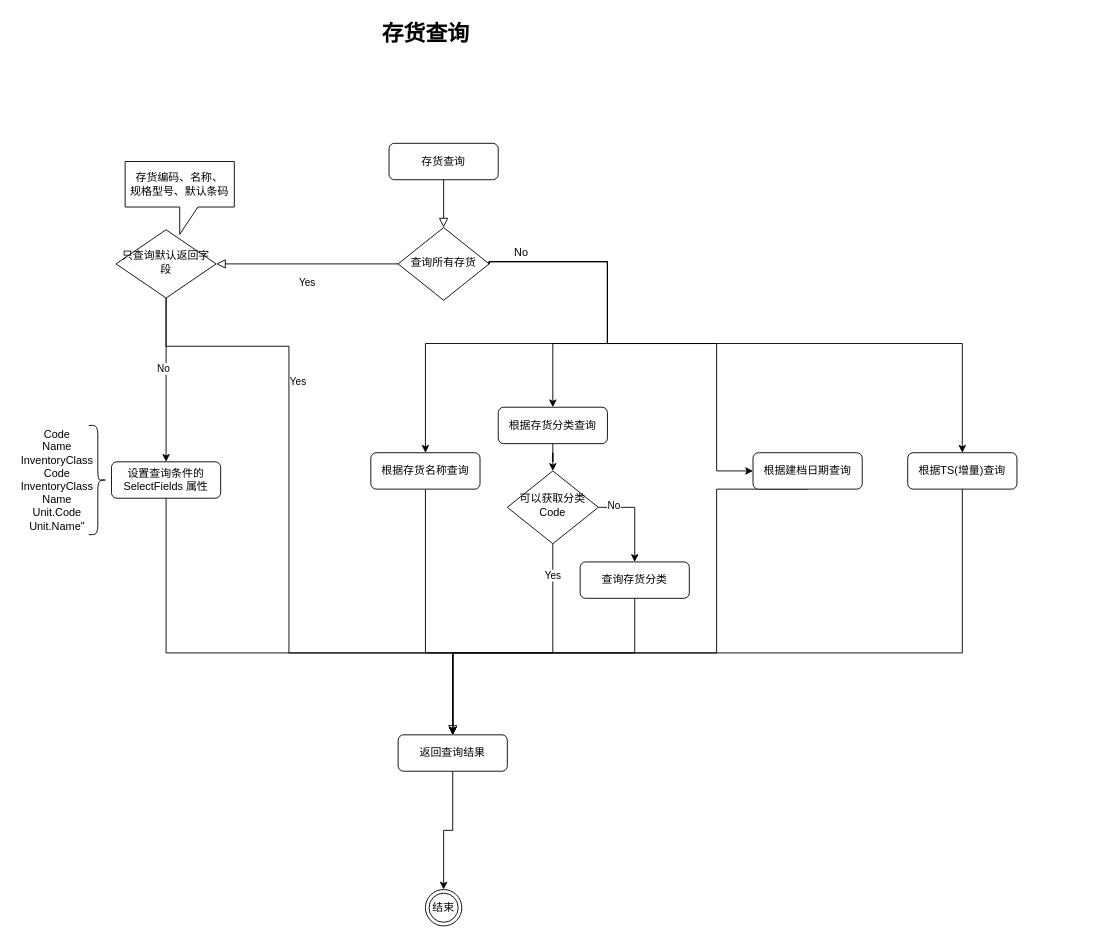
This is Untitled Diagram.drawio from liuoomei/doc, a draw.io file, before an edit. Source tidied: cells renumbered, new cells numbered last; positions are measured from the earlier drawing's top-left corner, leaving out a move shared by most shapes. Both pictures are drawn from the tidied source at 91%, with x=0, y=0 at pixel (15, 15).
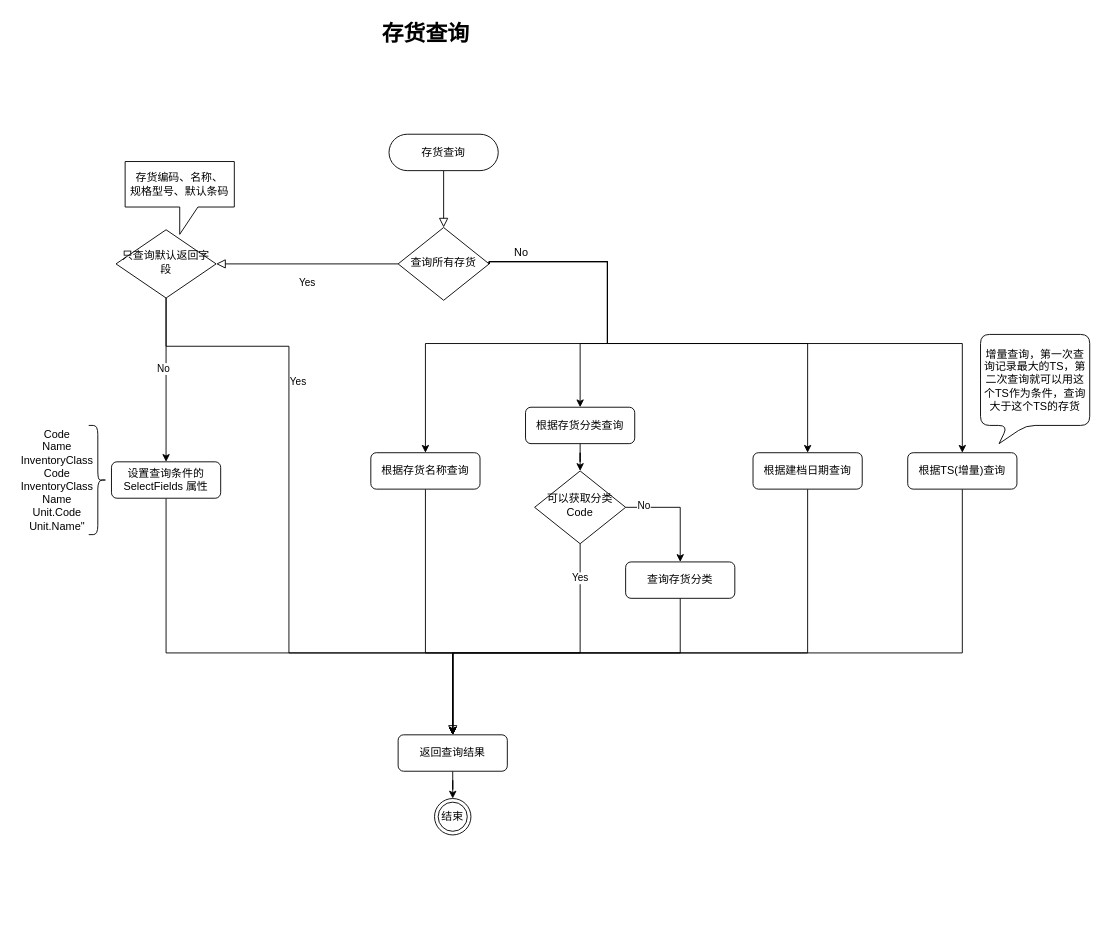
Above is the later version.

Commit message:
存货信息查询流程图.drawio

Unchanged cells that the change refers to:
```xml
<mxCell id="10" value="查询所有存货" style="rhombus;whiteSpace=wrap;html=1;shadow=0;fontFamily=Helvetica;fontSize=12;align=center;strokeWidth=1;spacing=6;spacingTop=-4;" parent="1" vertex="1">
  <mxGeometry x="420" y="232.5" width="100" height="80" as="geometry" />
</mxCell>
<mxCell id="23" value="返回查询结果" style="rounded=1;whiteSpace=wrap;html=1;fontSize=12;glass=0;strokeWidth=1;shadow=0;" parent="1" vertex="1">
  <mxGeometry x="420" y="790" width="120" height="40" as="geometry" />
</mxCell>
```

What changed in the source:
```diff
@@
-    <mxCell id="3" value="存货查询" style="rounded=1;whiteSpace=wrap;html=1;fontSize=12;glass=0;strokeWidth=1;shadow=0;" parent="1" vertex="1">
-      <mxGeometry x="410" y="140" width="120" height="40" as="geometry" />
+    <mxCell id="3" value="存货查询" style="rounded=1;whiteSpace=wrap;html=1;fontSize=12;glass=0;strokeWidth=1;shadow=0;arcSize=50;" parent="1" vertex="1">
+      <mxGeometry x="410" y="130" width="120" height="40" as="geometry" />
     </mxCell>
@@
     <mxCell id="5" style="edgeStyle=orthogonalEdgeStyle;rounded=0;jettySize=auto;html=1;exitX=1;exitY=0.5;exitDx=0;exitDy=0;entryX=0.5;entryY=0;entryDx=0;entryDy=0;" parent="1" edge="1" source="10" target="27">
       <mxGeometry relative="1" as="geometry">
         <Array as="points">
           <mxPoint x="520" y="270" />
           <mxPoint x="650" y="270" />
           <mxPoint x="650" y="360" />
-          <mxPoint x="590" y="360" />
+          <mxPoint x="620" y="360" />
         </Array>
       </mxGeometry>
     </mxCell>
@@
     <mxCell id="8" style="edgeStyle=orthogonalEdgeStyle;rounded=0;jettySize=auto;html=1;exitX=1;exitY=0.5;exitDx=0;exitDy=0;" parent="1" edge="1" source="10" target="31">
       <mxGeometry relative="1" as="geometry">
         <Array as="points">
           <mxPoint x="520" y="270" />
           <mxPoint x="650" y="270" />
           <mxPoint x="650" y="360" />
-          <mxPoint x="770" y="360" />
-          <mxPoint x="770" y="500" />
+          <mxPoint x="870" y="360" />
         </Array>
       </mxGeometry>
     </mxCell>
@@
     <mxCell id="11" style="edgeStyle=orthogonalEdgeStyle;rounded=0;jettySize=auto;html=1;exitX=0.5;exitY=1;exitDx=0;exitDy=0;entryX=0.5;entryY=0;entryDx=0;entryDy=0;" parent="1" edge="1" source="15" target="23">
       <mxGeometry relative="1" as="geometry">
         <Array as="points">
-          <mxPoint x="590" y="700" />
+          <mxPoint x="620" y="700" />
           <mxPoint x="480" y="700" />
         </Array>
       </mxGeometry>
     </mxCell>
@@
     <mxCell id="15" value="可以获取分类&lt;br&gt;Code" style="rhombus;whiteSpace=wrap;html=1;shadow=0;fontFamily=Helvetica;fontSize=12;align=center;strokeWidth=1;spacing=6;spacingTop=-4;" parent="1" vertex="1">
-      <mxGeometry x="540" y="500" width="100" height="80" as="geometry" />
+      <mxGeometry x="570" y="500" width="100" height="80" as="geometry" />
     </mxCell>
@@
     <mxCell id="27" value="根据存货分类查询" style="rounded=1;whiteSpace=wrap;html=1;fontSize=12;glass=0;strokeWidth=1;shadow=0;" parent="1" vertex="1">
-      <mxGeometry x="530" y="430" width="120" height="40" as="geometry" />
+      <mxGeometry x="560" y="430" width="120" height="40" as="geometry" />
     </mxCell>
     <mxCell id="28" style="edgeStyle=orthogonalEdgeStyle;rounded=0;jettySize=auto;html=1;exitX=0.5;exitY=1;exitDx=0;exitDy=0;entryX=0.5;entryY=0;entryDx=0;entryDy=0;" parent="1" edge="1" source="29" target="23">
       <mxGeometry relative="1" as="geometry">
         <Array as="points">
-          <mxPoint x="680" y="700" />
+          <mxPoint x="730" y="700" />
           <mxPoint x="480" y="700" />
         </Array>
       </mxGeometry>
     </mxCell>
     <mxCell id="29" value="查询存货分类" style="rounded=1;whiteSpace=wrap;html=1;fontSize=12;glass=0;strokeWidth=1;shadow=0;" parent="1" vertex="1">
-      <mxGeometry x="620" y="600" width="120" height="40" as="geometry" />
+      <mxGeometry x="670" y="600" width="120" height="40" as="geometry" />
     </mxCell>
     <mxCell id="30" style="edgeStyle=orthogonalEdgeStyle;rounded=0;jettySize=auto;html=1;exitX=0.5;exitY=1;exitDx=0;exitDy=0;entryX=0.5;entryY=0;entryDx=0;entryDy=0;" parent="1" edge="1" source="31" target="23">
       <mxGeometry relative="1" as="geometry">
         <Array as="points">
-          <mxPoint x="770" y="520" />
-          <mxPoint x="770" y="700" />
+          <mxPoint x="870" y="700" />
           <mxPoint x="480" y="700" />
         </Array>
       </mxGeometry>
     </mxCell>
-    <mxCell id="31" value="根据建档日期查询" style="rounded=1;whiteSpace=wrap;html=1;fontSize=12;glass=0;strokeWidth=1;shadow=0;" parent="1" vertex="1">
-      <mxGeometry x="810" y="480" width="120" height="40" as="geometry" />
-    </mxCell>
@@
     <mxCell id="35" value="结束&lt;br&gt;" style="ellipse;shape=doubleEllipse;whiteSpace=wrap;html=1;" parent="1" vertex="1">
-      <mxGeometry x="450" y="960" width="40" height="40" as="geometry" />
+      <mxGeometry x="460" y="860" width="40" height="40" as="geometry" />
     </mxCell>
@@
+    <mxCell id="31" value="根据建档日期查询" style="rounded=1;whiteSpace=wrap;html=1;fontSize=12;glass=0;strokeWidth=1;shadow=0;" parent="1" vertex="1">
+      <mxGeometry x="810" y="480" width="120" height="40" as="geometry" />
+    </mxCell>
+    <mxCell id="40" value="增量查询，第一次查询记录最大的TS，第二次查询就可以用这个TS作为条件，查询大于这个TS的存货" style="shape=callout;whiteSpace=wrap;html=1;perimeter=calloutPerimeter;rounded=1;shadow=0;glass=0;strokeWidth=1;size=20;position=0.25;position2=0.17;" parent="1" vertex="1">
+      <mxGeometry x="1060" y="350" width="120" height="120" as="geometry" />
+    </mxCell>
```
